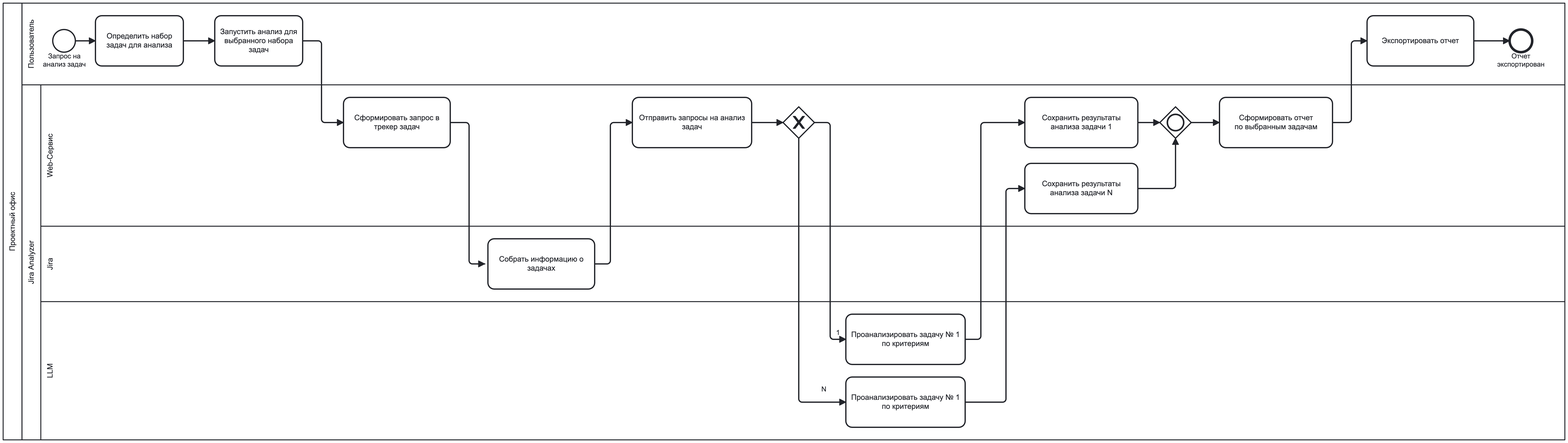
vladuslavivanov/jira_analyzer keeps this BPMN diagram as docs/resources/BPMN/TO_BE_detailed.png. Above is the earlier version. Its source is kept beside it as docs/resources/BPMN/TO_BE_detailed.bpmn. Ids are renumbered.
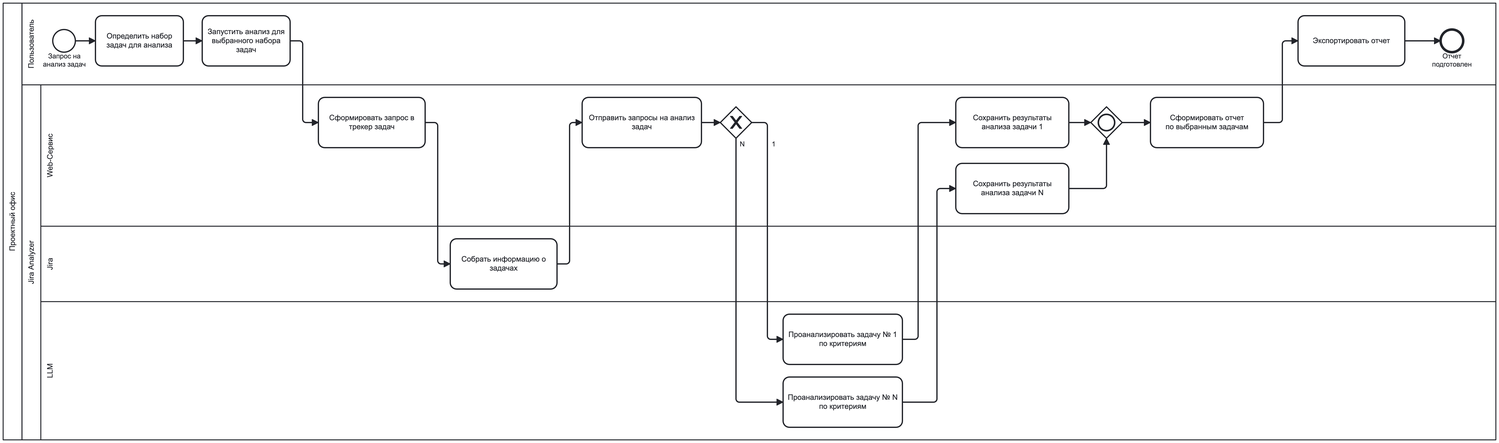
After the change.

The edit, as a diff of the source:
```diff
@@ -5,8 +5,8 @@
   <bpmn:process id="Process_ToBe_JiraAnalyzer" name="TO-BE: Анализ задач через Jira Analyzer" isExecutable="true">
     <bpmn:laneSet id="LaneSet_1">
       <bpmn:lane id="Lane_n3" name="Jira Analyzer">
+        <bpmn:flowNodeRef>Task_SendJiraRequest</bpmn:flowNodeRef>
         <bpmn:flowNodeRef>Activity_n4</bpmn:flowNodeRef>
-        <bpmn:flowNodeRef>Task_SendJiraRequest</bpmn:flowNodeRef>
         <bpmn:flowNodeRef>Activity_n5</bpmn:flowNodeRef>
         <bpmn:flowNodeRef>Gateway_n6</bpmn:flowNodeRef>
         <bpmn:flowNodeRef>Activity_n7</bpmn:flowNodeRef>
@@ -38,8 +38,8 @@
         <bpmn:flowNodeRef>StartEvent_1</bpmn:flowNodeRef>
         <bpmn:flowNodeRef>Task_OpenAnalyzer</bpmn:flowNodeRef>
         <bpmn:flowNodeRef>Activity_n18</bpmn:flowNodeRef>
+        <bpmn:flowNodeRef>EndEvent_1</bpmn:flowNodeRef>
         <bpmn:flowNodeRef>Task_ExportReport</bpmn:flowNodeRef>
-        <bpmn:flowNodeRef>EndEvent_1</bpmn:flowNodeRef>
       </bpmn:lane>
     </bpmn:laneSet>
     <bpmn:sequenceFlow id="Flow_19" sourceRef="Task_ExportReport" targetRef="EndEvent_1" />
@@ -64,10 +64,6 @@
       <bpmn:incoming>Flow_1</bpmn:incoming>
       <bpmn:outgoing>Flow_n21</bpmn:outgoing>
     </bpmn:task>
-    <bpmn:task id="Activity_n4" name="Собрать информацию о задачах">
-      <bpmn:incoming>Flow_7</bpmn:incoming>
-      <bpmn:outgoing>Flow_n20</bpmn:outgoing>
-    </bpmn:task>
     <bpmn:task id="Activity_n18" name="Запустить анализ для выбранного набора задач">
       <bpmn:incoming>Flow_n21</bpmn:incoming>
       <bpmn:outgoing>Flow_n30</bpmn:outgoing>
@@ -75,6 +71,10 @@
     <bpmn:task id="Task_SendJiraRequest" name="Cформировать запрос в трекер задач">
       <bpmn:incoming>Flow_n30</bpmn:incoming>
       <bpmn:outgoing>Flow_7</bpmn:outgoing>
+    </bpmn:task>
+    <bpmn:task id="Activity_n4" name="Собрать информацию о задачах">
+      <bpmn:incoming>Flow_7</bpmn:incoming>
+      <bpmn:outgoing>Flow_n20</bpmn:outgoing>
     </bpmn:task>
     <bpmn:task id="Activity_n5" name="Отправить запросы на анализ задач">
       <bpmn:incoming>Flow_n20</bpmn:incoming>
@@ -89,7 +89,7 @@
       <bpmn:incoming>Flow_n23</bpmn:incoming>
       <bpmn:outgoing>Flow_n25</bpmn:outgoing>
     </bpmn:task>
-    <bpmn:task id="Activity_n8" name="Проанализировать задачу № 1 по критериям">
+    <bpmn:task id="Activity_n8" name="Проанализировать задачу № N по критериям">
       <bpmn:incoming>Flow_n24</bpmn:incoming>
       <bpmn:outgoing>Flow_n26</bpmn:outgoing>
     </bpmn:task>
@@ -110,7 +110,7 @@
       <bpmn:incoming>Flow_n27</bpmn:incoming>
       <bpmn:outgoing>Flow_n19</bpmn:outgoing>
     </bpmn:task>
-    <bpmn:endEvent id="EndEvent_1" name="Отчет экспортирован">
+    <bpmn:endEvent id="EndEvent_1" name="Отчет подготовлен">
       <bpmn:incoming>Flow_19</bpmn:incoming>
     </bpmn:endEvent>
     <bpmn:task id="Task_ExportReport" name="Экспортировать отчет">
@@ -121,27 +121,27 @@
   <bpmndi:BPMNDiagram id="BPMNDiagram_1">
     <bpmndi:BPMNPlane id="BPMNPlane_1" bpmnElement="Collaboration_n1">
       <bpmndi:BPMNShape id="Participant_n2_di" bpmnElement="Participant_n2" isHorizontal="true">
-        <dc:Bounds x="153" y="85" width="2487" height="695" />
+        <dc:Bounds x="153" y="85" width="2377" height="695" />
         <bpmndi:BPMNLabel />
       </bpmndi:BPMNShape>
       <bpmndi:BPMNShape id="Lane_n17_di" bpmnElement="Lane_n17" isHorizontal="true">
-        <dc:Bounds x="183" y="85" width="2457" height="130" />
+        <dc:Bounds x="183" y="85" width="2347" height="130" />
         <bpmndi:BPMNLabel />
       </bpmndi:BPMNShape>
       <bpmndi:BPMNShape id="Lane_n3_di" bpmnElement="Lane_n3" isHorizontal="true">
-        <dc:Bounds x="183" y="215" width="2457" height="565" />
+        <dc:Bounds x="183" y="215" width="2347" height="565" />
         <bpmndi:BPMNLabel />
       </bpmndi:BPMNShape>
       <bpmndi:BPMNShape id="Lane_n16_di" bpmnElement="Lane_n16" isHorizontal="true">
-        <dc:Bounds x="213" y="560" width="2427" height="220" />
+        <dc:Bounds x="213" y="560" width="2317" height="220" />
         <bpmndi:BPMNLabel />
       </bpmndi:BPMNShape>
       <bpmndi:BPMNShape id="Lane_n15_di" bpmnElement="Lane_n15" isHorizontal="true">
-        <dc:Bounds x="213" y="440" width="2427" height="120" />
+        <dc:Bounds x="213" y="440" width="2317" height="120" />
         <bpmndi:BPMNLabel />
       </bpmndi:BPMNShape>
       <bpmndi:BPMNShape id="Lane_n14_di" bpmnElement="Lane_n14" isHorizontal="true">
-        <dc:Bounds x="213" y="215" width="2427" height="225" />
+        <dc:Bounds x="213" y="215" width="2317" height="225" />
         <bpmndi:BPMNLabel />
       </bpmndi:BPMNShape>
       <bpmndi:BPMNShape id="StartEvent_1_di" bpmnElement="StartEvent_1">
@@ -154,138 +154,138 @@
         <dc:Bounds x="300" y="105" width="140" height="80" />
         <bpmndi:BPMNLabel />
       </bpmndi:BPMNShape>
-      <bpmndi:BPMNShape id="BPMNShape_n31" bpmnElement="Activity_n4">
-        <dc:Bounds x="925" y="460" width="170" height="80" />
-        <bpmndi:BPMNLabel />
-      </bpmndi:BPMNShape>
       <bpmndi:BPMNShape id="BPMNShape_n32" bpmnElement="Activity_n18">
-        <dc:Bounds x="490" y="105" width="140" height="80" />
+        <dc:Bounds x="470" y="105" width="140" height="80" />
         <bpmndi:BPMNLabel />
       </bpmndi:BPMNShape>
       <bpmndi:BPMNShape id="Task_SendJiraRequest_di" bpmnElement="Task_SendJiraRequest">
-        <dc:Bounds x="695" y="235" width="170" height="80" />
+        <dc:Bounds x="655" y="235" width="170" height="80" />
+        <bpmndi:BPMNLabel />
+      </bpmndi:BPMNShape>
+      <bpmndi:BPMNShape id="BPMNShape_n31" bpmnElement="Activity_n4">
+        <dc:Bounds x="865" y="460" width="170" height="80" />
         <bpmndi:BPMNLabel />
       </bpmndi:BPMNShape>
       <bpmndi:BPMNShape id="BPMNShape_n33" bpmnElement="Activity_n5">
-        <dc:Bounds x="1155" y="235" width="190" height="80" />
+        <dc:Bounds x="1075" y="235" width="190" height="80" />
         <bpmndi:BPMNLabel />
       </bpmndi:BPMNShape>
       <bpmndi:BPMNShape id="Gateway_n6_di" bpmnElement="Gateway_n6" isMarkerVisible="true">
-        <dc:Bounds x="1395" y="250" width="50" height="50" />
+        <dc:Bounds x="1295" y="250" width="50" height="50" />
       </bpmndi:BPMNShape>
       <bpmndi:BPMNShape id="BPMNShape_n34" bpmnElement="Activity_n7">
-        <dc:Bounds x="1495" y="580" width="190" height="80" />
+        <dc:Bounds x="1395" y="580" width="190" height="80" />
         <bpmndi:BPMNLabel />
       </bpmndi:BPMNShape>
       <bpmndi:BPMNShape id="BPMNShape_n35" bpmnElement="Activity_n8">
-        <dc:Bounds x="1495" y="680" width="190" height="80" />
+        <dc:Bounds x="1395" y="680" width="190" height="80" />
         <bpmndi:BPMNLabel />
       </bpmndi:BPMNShape>
       <bpmndi:BPMNShape id="BPMNShape_n36" bpmnElement="Activity_n9">
-        <dc:Bounds x="1780" y="340" width="180" height="80" />
+        <dc:Bounds x="1670" y="340" width="180" height="80" />
         <bpmndi:BPMNLabel />
       </bpmndi:BPMNShape>
       <bpmndi:BPMNShape id="BPMNShape_n37" bpmnElement="Activity_n10">
-        <dc:Bounds x="1780" y="235" width="180" height="80" />
+        <dc:Bounds x="1670" y="235" width="180" height="80" />
         <bpmndi:BPMNLabel />
       </bpmndi:BPMNShape>
       <bpmndi:BPMNShape id="Gateway_0gbkm37_di" bpmnElement="Gateway_n11">
-        <dc:Bounds x="1995" y="250" width="50" height="50" />
+        <dc:Bounds x="1885" y="250" width="50" height="50" />
       </bpmndi:BPMNShape>
       <bpmndi:BPMNShape id="BPMNShape_n38" bpmnElement="Activity_n12">
-        <dc:Bounds x="2090" y="235" width="180" height="80" />
+        <dc:Bounds x="1980" y="235" width="180" height="80" />
         <bpmndi:BPMNLabel />
       </bpmndi:BPMNShape>
-      <bpmndi:BPMNShape id="Task_ExportReport_di" bpmnElement="Task_ExportReport">
-        <dc:Bounds x="2325" y="105" width="170" height="80" />
-      </bpmndi:BPMNShape>
       <bpmndi:BPMNShape id="EndEvent_1_di" bpmnElement="EndEvent_1">
-        <dc:Bounds x="2552" y="127" width="36" height="36" />
+        <dc:Bounds x="2442" y="127" width="36" height="36" />
         <bpmndi:BPMNLabel>
-          <dc:Bounds x="2532" y="163" width="76" height="27" />
+          <dc:Bounds x="2428" y="163" width="64" height="27" />
         </bpmndi:BPMNLabel>
       </bpmndi:BPMNShape>
+      <bpmndi:BPMNShape id="Task_ExportReport_di" bpmnElement="Task_ExportReport">
+        <dc:Bounds x="2215" y="105" width="170" height="80" />
+      </bpmndi:BPMNShape>
       <bpmndi:BPMNEdge id="Flow_19_di" bpmnElement="Flow_19">
-        <di:waypoint x="2495" y="145" />
-        <di:waypoint x="2552" y="145" />
+        <di:waypoint x="2385" y="145" />
+        <di:waypoint x="2442" y="145" />
       </bpmndi:BPMNEdge>
       <bpmndi:BPMNEdge id="Flow_n19_di" bpmnElement="Flow_n19">
-        <di:waypoint x="2270" y="275" />
-        <di:waypoint x="2300" y="275" />
-        <di:waypoint x="2300" y="145" />
-        <di:waypoint x="2325" y="145" />
+        <di:waypoint x="2160" y="275" />
+        <di:waypoint x="2190" y="275" />
+        <di:waypoint x="2190" y="145" />
+        <di:waypoint x="2215" y="145" />
       </bpmndi:BPMNEdge>
       <bpmndi:BPMNEdge id="Flow_n20_di" bpmnElement="Flow_n20">
-        <di:waypoint x="1095" y="500" />
-        <di:waypoint x="1120" y="500" />
-        <di:waypoint x="1120" y="275" />
-        <di:waypoint x="1155" y="275" />
+        <di:waypoint x="1035" y="500" />
+        <di:waypoint x="1055" y="500" />
+        <di:waypoint x="1055" y="275" />
+        <di:waypoint x="1075" y="275" />
       </bpmndi:BPMNEdge>
       <bpmndi:BPMNEdge id="Flow_7_di" bpmnElement="Flow_7">
-        <di:waypoint x="865" y="275" />
-        <di:waypoint x="895" y="275" />
-        <di:waypoint x="895" y="500" />
-        <di:waypoint x="920" y="500" />
+        <di:waypoint x="825" y="275" />
+        <di:waypoint x="845" y="275" />
+        <di:waypoint x="845" y="500" />
+        <di:waypoint x="865" y="500" />
       </bpmndi:BPMNEdge>
       <bpmndi:BPMNEdge id="Flow_n21_di" bpmnElement="Flow_n21">
         <di:waypoint x="440" y="145" />
-        <di:waypoint x="490" y="145" />
+        <di:waypoint x="470" y="145" />
       </bpmndi:BPMNEdge>
       <bpmndi:BPMNEdge id="Flow_1_di" bpmnElement="Flow_1">
         <di:waypoint x="268" y="145" />
         <di:waypoint x="300" y="145" />
       </bpmndi:BPMNEdge>
       <bpmndi:BPMNEdge id="Flow_n22_di" bpmnElement="Flow_n22">
-        <di:waypoint x="1345" y="275" />
-        <di:waypoint x="1395" y="275" />
+        <di:waypoint x="1265" y="275" />
+        <di:waypoint x="1295" y="275" />
       </bpmndi:BPMNEdge>
       <bpmndi:BPMNEdge id="Flow_n23_di" bpmnElement="Flow_n23">
-        <di:waypoint x="1445" y="275" />
-        <di:waypoint x="1470" y="275" />
-        <di:waypoint x="1470" y="620" />
-        <di:waypoint x="1495" y="620" />
+        <di:waypoint x="1345" y="275" />
+        <di:waypoint x="1370" y="275" />
+        <di:waypoint x="1370" y="620" />
+        <di:waypoint x="1395" y="620" />
         <bpmndi:BPMNLabel>
-          <dc:Bounds x="1479" y="603" width="7" height="14" />
+          <dc:Bounds x="1375" y="303" width="10" height="14" />
         </bpmndi:BPMNLabel>
       </bpmndi:BPMNEdge>
       <bpmndi:BPMNEdge id="Flow_n24_di" bpmnElement="Flow_n24">
-        <di:waypoint x="1420" y="300" />
-        <di:waypoint x="1420" y="720" />
-        <di:waypoint x="1495" y="720" />
+        <di:waypoint x="1320" y="300" />
+        <di:waypoint x="1320" y="720" />
+        <di:waypoint x="1395" y="720" />
         <bpmndi:BPMNLabel>
-          <dc:Bounds x="1456" y="693" width="8" height="14" />
+          <dc:Bounds x="1323" y="303" width="14" height="14" />
         </bpmndi:BPMNLabel>
       </bpmndi:BPMNEdge>
       <bpmndi:BPMNEdge id="Flow_n25_di" bpmnElement="Flow_n25">
-        <di:waypoint x="1685" y="620" />
-        <di:waypoint x="1710" y="620" />
-        <di:waypoint x="1710" y="275" />
-        <di:waypoint x="1780" y="275" />
+        <di:waypoint x="1585" y="620" />
+        <di:waypoint x="1610" y="620" />
+        <di:waypoint x="1610" y="275" />
+        <di:waypoint x="1670" y="275" />
       </bpmndi:BPMNEdge>
       <bpmndi:BPMNEdge id="Flow_n26_di" bpmnElement="Flow_n26">
-        <di:waypoint x="1685" y="720" />
-        <di:waypoint x="1750" y="720" />
-        <di:waypoint x="1750" y="380" />
-        <di:waypoint x="1780" y="380" />
+        <di:waypoint x="1585" y="720" />
+        <di:waypoint x="1640" y="720" />
+        <di:waypoint x="1640" y="380" />
+        <di:waypoint x="1670" y="380" />
       </bpmndi:BPMNEdge>
       <bpmndi:BPMNEdge id="Flow_n27_di" bpmnElement="Flow_n27">
-        <di:waypoint x="2045" y="275" />
-        <di:waypoint x="2090" y="275" />
+        <di:waypoint x="1935" y="275" />
+        <di:waypoint x="1980" y="275" />
       </bpmndi:BPMNEdge>
       <bpmndi:BPMNEdge id="Flow_n28_di" bpmnElement="Flow_n28">
-        <di:waypoint x="1960" y="275" />
-        <di:waypoint x="1995" y="275" />
+        <di:waypoint x="1850" y="275" />
+        <di:waypoint x="1885" y="275" />
       </bpmndi:BPMNEdge>
       <bpmndi:BPMNEdge id="Flow_n29_di" bpmnElement="Flow_n29">
-        <di:waypoint x="1960" y="380" />
-        <di:waypoint x="2020" y="380" />
-        <di:waypoint x="2020" y="300" />
+        <di:waypoint x="1850" y="380" />
+        <di:waypoint x="1910" y="380" />
+        <di:waypoint x="1910" y="300" />
       </bpmndi:BPMNEdge>
       <bpmndi:BPMNEdge id="Flow_n30_di" bpmnElement="Flow_n30">
+        <di:waypoint x="610" y="145" />
         <di:waypoint x="630" y="145" />
-        <di:waypoint x="660" y="145" />
-        <di:waypoint x="660" y="275" />
-        <di:waypoint x="695" y="275" />
+        <di:waypoint x="630" y="275" />
+        <di:waypoint x="655" y="275" />
       </bpmndi:BPMNEdge>
     </bpmndi:BPMNPlane>
   </bpmndi:BPMNDiagram>
```
